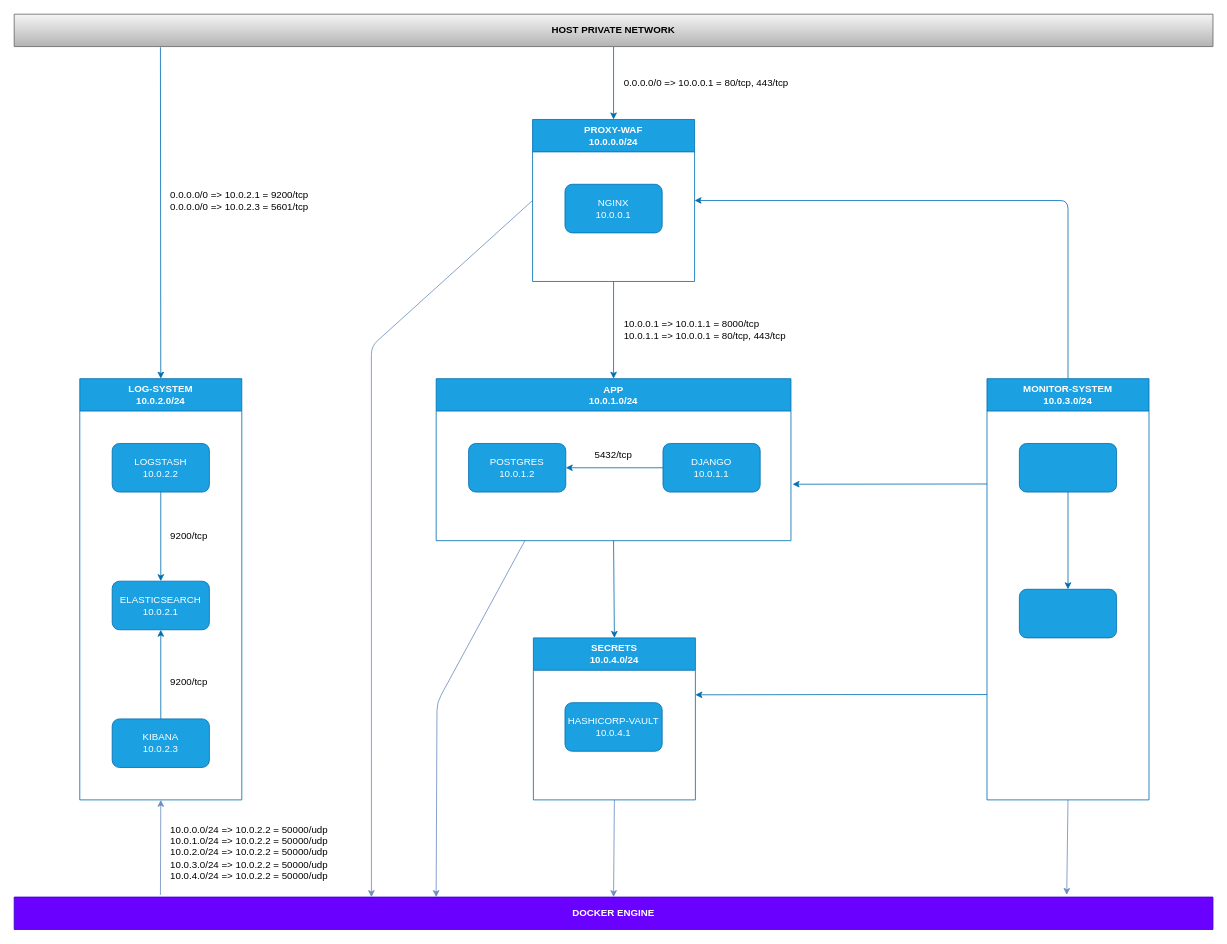
Above: _notebook/topology.drawio in GiovanniAfro/ft_Transcendence (draw.io), before the change. Source tidied: cells renumbered, new cells numbered last; positions are measured from the earlier drawing's top-left corner, leaving out a move shared by most shapes. Both pictures are drawn from the tidied source at 81%, with x=0, y=0 at pixel (14, 14).
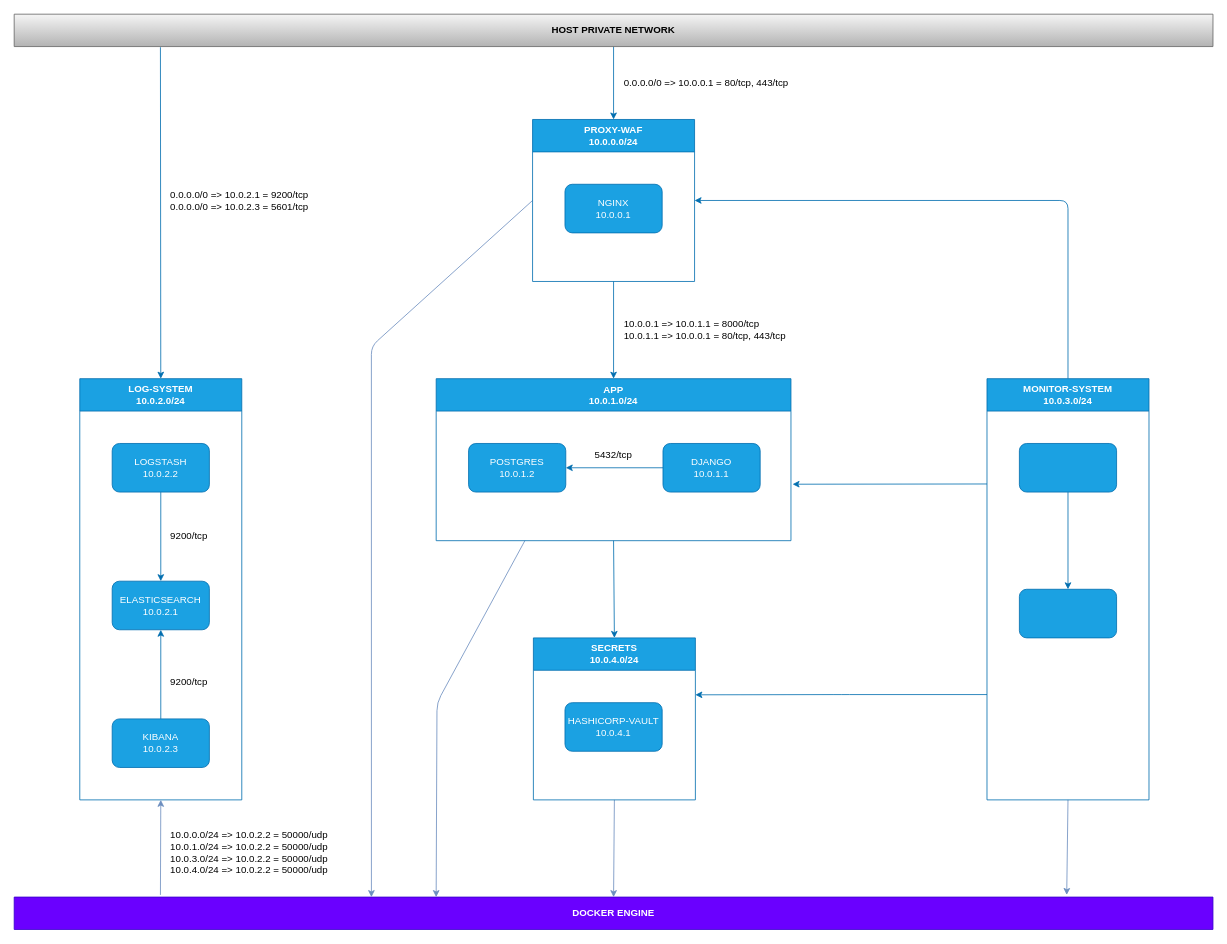
After the change.

Change to the diagram source:
```diff
@@
-    <mxCell id="40" value="10.0.0.0/24 =&amp;gt; 10.0.2.2 = 50000/udp&lt;br&gt;10.0.1.0/24 =&amp;gt; 10.0.2.2 = 50000/udp&lt;br&gt;10.0.2.0/24 =&amp;gt; 10.0.2.2 = 50000/udp&lt;br&gt;10.0.3.0/24 =&amp;gt; 10.0.2.2 = 50000/udp&lt;br&gt;10.0.4.0/24 =&amp;gt; 10.0.2.2 = 50000/udp" style="text;html=1;align=left;verticalAlign=middle;strokeColor=none;fillColor=none;" parent="1" vertex="1">
-      <mxGeometry x="191" y="990" width="220" height="90" as="geometry" />
+    <mxCell id="40" value="10.0.0.0/24 =&amp;gt; 10.0.2.2 = 50000/udp&lt;br&gt;10.0.1.0/24 =&amp;gt; 10.0.2.2 = 50000/udp&lt;br&gt;10.0.3.0/24 =&amp;gt; 10.0.2.2 = 50000/udp&lt;br&gt;10.0.4.0/24 =&amp;gt; 10.0.2.2 = 50000/udp" style="text;html=1;align=left;verticalAlign=middle;strokeColor=none;fillColor=none;" parent="1" vertex="1">
+      <mxGeometry x="191" y="1000" width="220" height="70" as="geometry" />
     </mxCell>
```
